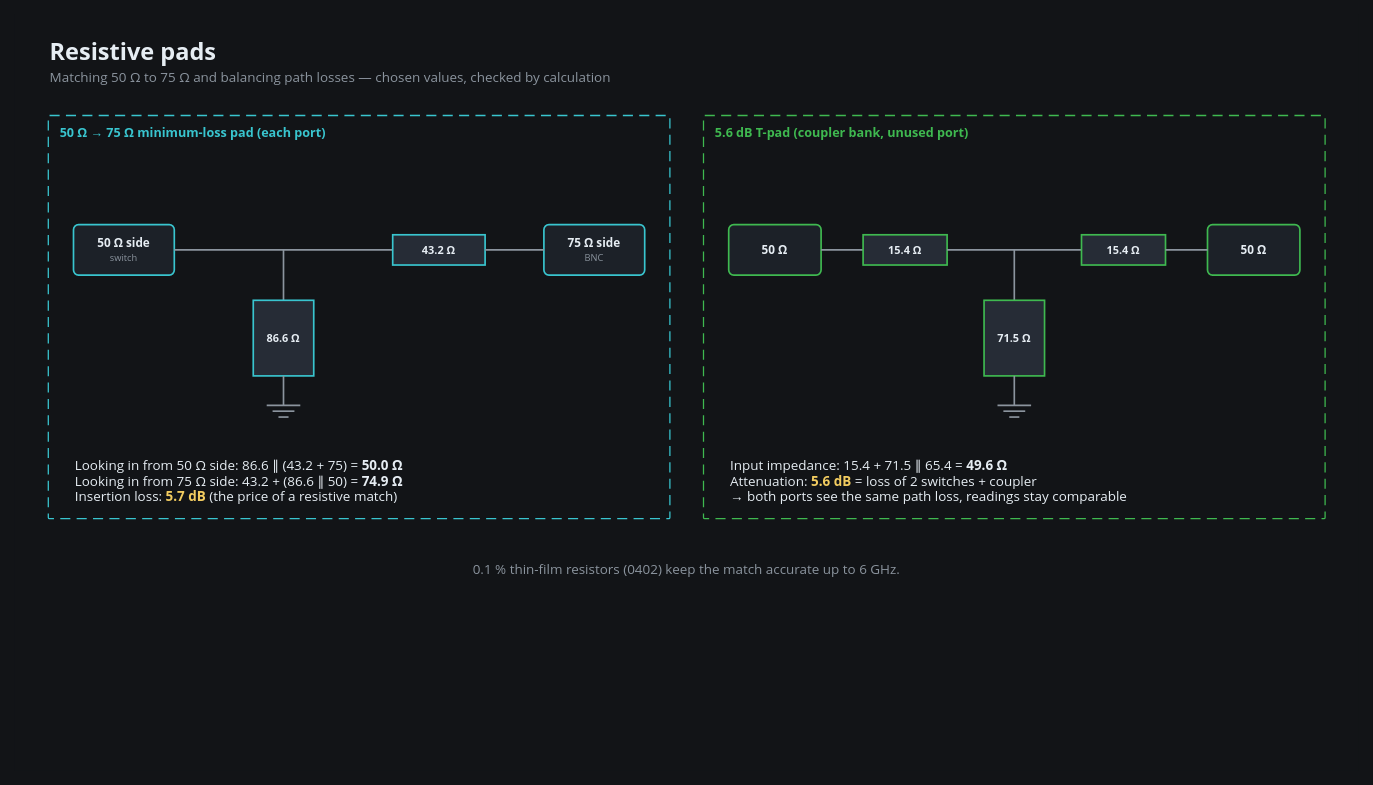
ml3rc/SNA keeps this draw.io diagram as Software/docs/presentation/diagrams/hw-07-pads.drawio. Above is the earlier version. Source tidied: cells renumbered, new cells numbered last; positions are measured from the earlier drawing's top-left corner, leaving out a move shared by most shapes. Both pictures are drawn from the tidied source at 84%, with x=0, y=0 at pixel (14, 14).
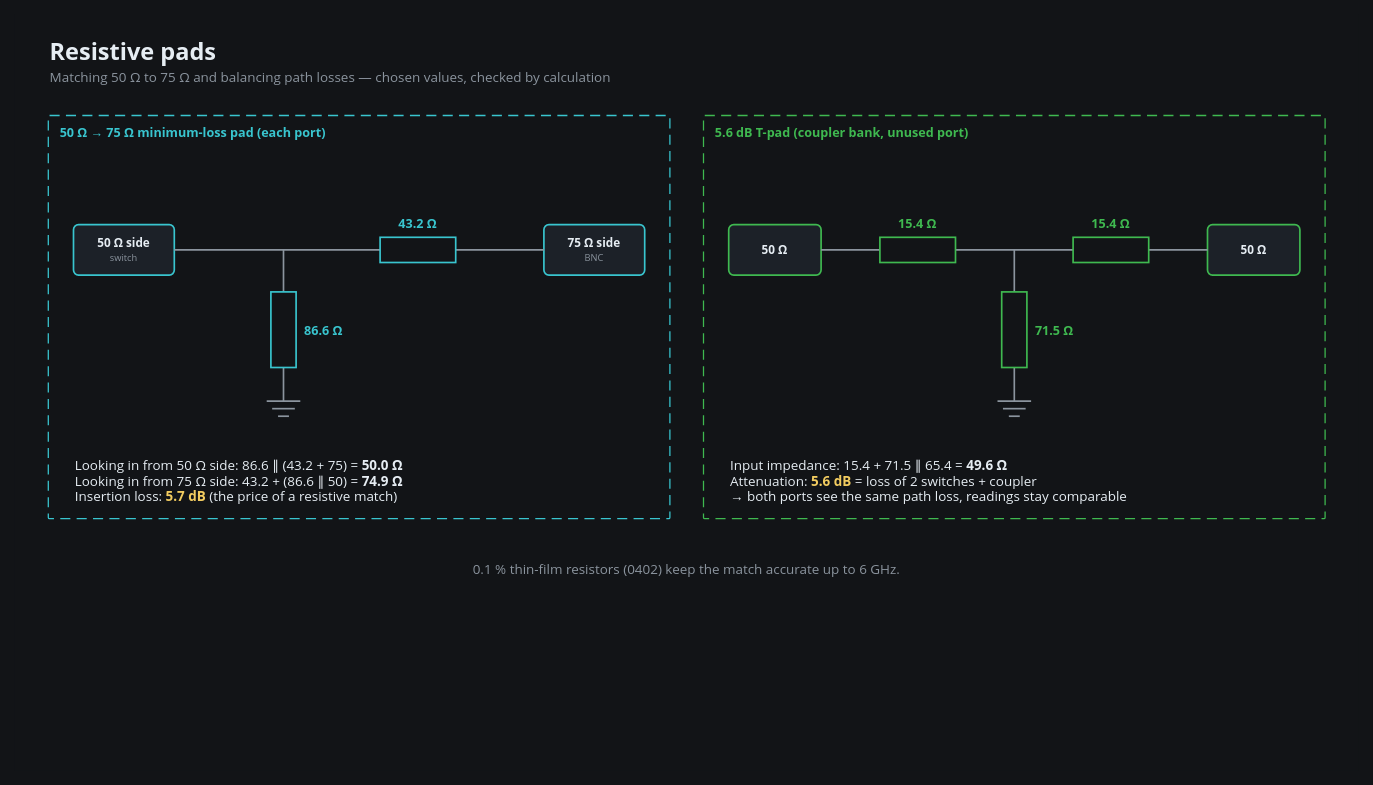
The same page after the edit.

Diff of the diagram source:
```diff
@@
     <mxCell id="9" style="edgeStyle=none;rounded=1;html=1;strokeColor=#8B949E;strokeWidth=2;endArrow=none;endFill=1;startArrow=none;startFill=1;endSize=7;startSize=7;fontColor=#8B949E;fontFamily=Segoe UI;fontSize=12;fontStyle=1;labelBackgroundColor=#121417;" parent="1" edge="1">
       <mxGeometry relative="1" as="geometry">
         <mxPoint x="190" y="280" as="sourcePoint" />
-        <mxPoint x="450" y="280" as="targetPoint" />
+        <mxPoint x="630" y="280" as="targetPoint" />
       </mxGeometry>
     </mxCell>
+    <mxCell id="34" style="edgeStyle=none;rounded=1;html=1;strokeColor=#8B949E;strokeWidth=2;endArrow=none;endFill=1;startArrow=none;startFill=1;endSize=7;startSize=7;fontColor=#8B949E;fontFamily=Segoe UI;fontSize=12;fontStyle=1;labelBackgroundColor=#121417;" parent="1" edge="1">
+      <mxGeometry relative="1" as="geometry">
+        <mxPoint x="320" y="280" as="sourcePoint" />
+        <mxPoint x="320" y="460" as="targetPoint" />
+      </mxGeometry>
+    </mxCell>
+    <mxCell id="35" style="rounded=0;html=1;fillColor=#121417;strokeColor=#39C5CF;strokeWidth=2;" parent="1" vertex="1">
+      <mxGeometry x="435" y="265" width="90" height="30" as="geometry" />
+    </mxCell>
-    <mxCell id="10" value="&lt;b&gt;43.2 Ω&lt;/b&gt;" style="rounded=0;arcSize=10;whiteSpace=wrap;html=1;fillColor=#262C36;strokeColor=#39C5CF;strokeWidth=2;fontColor=#E6EDF3;fontFamily=Segoe UI;fontSize=13;align=center;verticalAlign=middle;spacing=6;" parent="1" vertex="1">
-      <mxGeometry x="450" y="262" width="110" height="36" as="geometry" />
+    <mxCell id="10" value="43.2 Ω" style="text;html=1;whiteSpace=wrap;strokeColor=none;fillColor=none;fontColor=#39C5CF;fontFamily=Segoe UI;fontSize=15;fontStyle=1;align=center;verticalAlign=middle;" parent="1" vertex="1">
+      <mxGeometry x="420" y="233" width="120" height="28" as="geometry" />
     </mxCell>
-    <mxCell id="11" style="edgeStyle=none;rounded=1;html=1;strokeColor=#8B949E;strokeWidth=2;endArrow=none;endFill=1;startArrow=none;startFill=1;endSize=7;startSize=7;fontColor=#8B949E;fontFamily=Segoe UI;fontSize=12;fontStyle=1;labelBackgroundColor=#121417;" parent="1" edge="1">
-      <mxGeometry relative="1" as="geometry">
-        <mxPoint x="560" y="280" as="sourcePoint" />
-        <mxPoint x="630" y="280" as="targetPoint" />
-      </mxGeometry>
-    </mxCell>
-    <mxCell id="12" style="edgeStyle=none;rounded=1;html=1;strokeColor=#8B949E;strokeWidth=2;endArrow=none;endFill=1;startArrow=none;startFill=1;endSize=7;startSize=7;fontColor=#8B949E;fontFamily=Segoe UI;fontSize=12;fontStyle=1;labelBackgroundColor=#121417;" parent="1" edge="1">
-      <mxGeometry relative="1" as="geometry">
-        <mxPoint x="320" y="280" as="sourcePoint" />
-        <mxPoint x="320" y="340" as="targetPoint" />
-      </mxGeometry>
-    </mxCell>
+    <mxCell id="36" style="rounded=0;html=1;fillColor=#121417;strokeColor=#39C5CF;strokeWidth=2;" parent="1" vertex="1">
+      <mxGeometry x="305" y="330" width="30" height="90" as="geometry" />
+    </mxCell>
-    <mxCell id="13" value="&lt;b&gt;86.6 Ω&lt;/b&gt;" style="rounded=0;arcSize=10;whiteSpace=wrap;html=1;fillColor=#262C36;strokeColor=#39C5CF;strokeWidth=2;fontColor=#E6EDF3;fontFamily=Segoe UI;fontSize=13;align=center;verticalAlign=middle;spacing=6;" parent="1" vertex="1">
-      <mxGeometry x="284" y="340" width="72" height="90" as="geometry" />
+    <mxCell id="13" value="86.6 Ω" style="text;html=1;whiteSpace=wrap;strokeColor=none;fillColor=none;fontColor=#39C5CF;fontFamily=Segoe UI;fontSize=15;fontStyle=1;align=left;verticalAlign=middle;" parent="1" vertex="1">
+      <mxGeometry x="343" y="361" width="90" height="28" as="geometry" />
     </mxCell>
-    <mxCell id="14" style="edgeStyle=none;rounded=1;html=1;strokeColor=#8B949E;strokeWidth=2;endArrow=none;endFill=1;startArrow=none;startFill=1;endSize=7;startSize=7;fontColor=#8B949E;fontFamily=Segoe UI;fontSize=12;fontStyle=1;labelBackgroundColor=#121417;" parent="1" edge="1">
-      <mxGeometry relative="1" as="geometry">
-        <mxPoint x="320" y="430" as="sourcePoint" />
-        <mxPoint x="320" y="465" as="targetPoint" />
-      </mxGeometry>
-    </mxCell>
     <mxCell id="15" style="edgeStyle=none;rounded=1;html=1;strokeColor=#8B949E;strokeWidth=2;endArrow=none;endFill=1;startArrow=none;startFill=1;endSize=7;startSize=7;fontColor=#8B949E;fontFamily=Segoe UI;fontSize=12;fontStyle=1;labelBackgroundColor=#121417;" parent="1" edge="1">
       <mxGeometry relative="1" as="geometry">
-        <mxPoint x="300" y="465" as="sourcePoint" />
-        <mxPoint x="340" y="465" as="targetPoint" />
+        <mxPoint x="300" y="460" as="sourcePoint" />
+        <mxPoint x="340" y="460" as="targetPoint" />
       </mxGeometry>
     </mxCell>
     <mxCell id="16" style="edgeStyle=none;rounded=1;html=1;strokeColor=#8B949E;strokeWidth=2;endArrow=none;endFill=1;startArrow=none;startFill=1;endSize=7;startSize=7;fontColor=#8B949E;fontFamily=Segoe UI;fontSize=12;fontStyle=1;labelBackgroundColor=#121417;" parent="1" edge="1">
       <mxGeometry relative="1" as="geometry">
-        <mxPoint x="307" y="472" as="sourcePoint" />
-        <mxPoint x="333" y="472" as="targetPoint" />
+        <mxPoint x="306.5" y="469" as="sourcePoint" />
+        <mxPoint x="333.5" y="469" as="targetPoint" />
       </mxGeometry>
     </mxCell>
     <mxCell id="17" style="edgeStyle=none;rounded=1;html=1;strokeColor=#8B949E;strokeWidth=2;endArrow=none;endFill=1;startArrow=none;startFill=1;endSize=7;startSize=7;fontColor=#8B949E;fontFamily=Segoe UI;fontSize=12;fontStyle=1;labelBackgroundColor=#121417;" parent="1" edge="1">
       <mxGeometry relative="1" as="geometry">
-        <mxPoint x="314" y="479" as="sourcePoint" />
-        <mxPoint x="326" y="479" as="targetPoint" />
+        <mxPoint x="313.5" y="478" as="sourcePoint" />
+        <mxPoint x="326.5" y="478" as="targetPoint" />
       </mxGeometry>
     </mxCell>
@@
     <mxCell id="21" style="edgeStyle=none;rounded=1;html=1;strokeColor=#8B949E;strokeWidth=2;endArrow=none;endFill=1;startArrow=none;startFill=1;endSize=7;startSize=7;fontColor=#8B949E;fontFamily=Segoe UI;fontSize=12;fontStyle=1;labelBackgroundColor=#121417;" parent="1" edge="1">
       <mxGeometry relative="1" as="geometry">
         <mxPoint x="960" y="280" as="sourcePoint" />
-        <mxPoint x="1010" y="280" as="targetPoint" />
+        <mxPoint x="1420" y="280" as="targetPoint" />
       </mxGeometry>
     </mxCell>
-    <mxCell id="22" value="&lt;b&gt;15.4 Ω&lt;/b&gt;" style="rounded=0;arcSize=10;whiteSpace=wrap;html=1;fillColor=#262C36;strokeColor=#3FB950;strokeWidth=2;fontColor=#E6EDF3;fontFamily=Segoe UI;fontSize=13;align=center;verticalAlign=middle;spacing=6;" parent="1" vertex="1">
-      <mxGeometry x="1010" y="262" width="100" height="36" as="geometry" />
-    </mxCell>
-    <mxCell id="23" style="edgeStyle=none;rounded=1;html=1;strokeColor=#8B949E;strokeWidth=2;endArrow=none;endFill=1;startArrow=none;startFill=1;endSize=7;startSize=7;fontColor=#8B949E;fontFamily=Segoe UI;fontSize=12;fontStyle=1;labelBackgroundColor=#121417;" parent="1" edge="1">
-      <mxGeometry relative="1" as="geometry">
-        <mxPoint x="1110" y="280" as="sourcePoint" />
-        <mxPoint x="1270" y="280" as="targetPoint" />
-      </mxGeometry>
-    </mxCell>
-    <mxCell id="24" value="&lt;b&gt;15.4 Ω&lt;/b&gt;" style="rounded=0;arcSize=10;whiteSpace=wrap;html=1;fillColor=#262C36;strokeColor=#3FB950;strokeWidth=2;fontColor=#E6EDF3;fontFamily=Segoe UI;fontSize=13;align=center;verticalAlign=middle;spacing=6;" parent="1" vertex="1">
-      <mxGeometry x="1270" y="262" width="100" height="36" as="geometry" />
-    </mxCell>
-    <mxCell id="25" style="edgeStyle=none;rounded=1;html=1;strokeColor=#8B949E;strokeWidth=2;endArrow=none;endFill=1;startArrow=none;startFill=1;endSize=7;startSize=7;fontColor=#8B949E;fontFamily=Segoe UI;fontSize=12;fontStyle=1;labelBackgroundColor=#121417;" parent="1" edge="1">
-      <mxGeometry relative="1" as="geometry">
-        <mxPoint x="1370" y="280" as="sourcePoint" />
-        <mxPoint x="1420" y="280" as="targetPoint" />
-      </mxGeometry>
-    </mxCell>
-    <mxCell id="26" style="edgeStyle=none;rounded=1;html=1;strokeColor=#8B949E;strokeWidth=2;endArrow=none;endFill=1;startArrow=none;startFill=1;endSize=7;startSize=7;fontColor=#8B949E;fontFamily=Segoe UI;fontSize=12;fontStyle=1;labelBackgroundColor=#121417;" parent="1" edge="1">
-      <mxGeometry relative="1" as="geometry">
-        <mxPoint x="1190" y="280" as="sourcePoint" />
-        <mxPoint x="1190" y="340" as="targetPoint" />
-      </mxGeometry>
-    </mxCell>
+    <mxCell id="37" style="edgeStyle=none;rounded=1;html=1;strokeColor=#8B949E;strokeWidth=2;endArrow=none;endFill=1;startArrow=none;startFill=1;endSize=7;startSize=7;fontColor=#8B949E;fontFamily=Segoe UI;fontSize=12;fontStyle=1;labelBackgroundColor=#121417;" parent="1" edge="1">
+      <mxGeometry relative="1" as="geometry">
+        <mxPoint x="1190" y="280" as="sourcePoint" />
+        <mxPoint x="1190" y="460" as="targetPoint" />
+      </mxGeometry>
+    </mxCell>
+    <mxCell id="38" style="rounded=0;html=1;fillColor=#121417;strokeColor=#3FB950;strokeWidth=2;" parent="1" vertex="1">
+      <mxGeometry x="1030" y="265" width="90" height="30" as="geometry" />
+    </mxCell>
+    <mxCell id="39" value="15.4 Ω" style="text;html=1;whiteSpace=wrap;strokeColor=none;fillColor=none;fontColor=#3FB950;fontFamily=Segoe UI;fontSize=15;fontStyle=1;align=center;verticalAlign=middle;" parent="1" vertex="1">
+      <mxGeometry x="1015" y="233" width="120" height="28" as="geometry" />
+    </mxCell>
+    <mxCell id="40" style="rounded=0;html=1;fillColor=#121417;strokeColor=#3FB950;strokeWidth=2;" parent="1" vertex="1">
+      <mxGeometry x="1260" y="265" width="90" height="30" as="geometry" />
+    </mxCell>
+    <mxCell id="41" value="15.4 Ω" style="text;html=1;whiteSpace=wrap;strokeColor=none;fillColor=none;fontColor=#3FB950;fontFamily=Segoe UI;fontSize=15;fontStyle=1;align=center;verticalAlign=middle;" parent="1" vertex="1">
+      <mxGeometry x="1245" y="233" width="120" height="28" as="geometry" />
+    </mxCell>
+    <mxCell id="42" style="rounded=0;html=1;fillColor=#121417;strokeColor=#3FB950;strokeWidth=2;" parent="1" vertex="1">
+      <mxGeometry x="1175" y="330" width="30" height="90" as="geometry" />
+    </mxCell>
-    <mxCell id="27" value="&lt;b&gt;71.5 Ω&lt;/b&gt;" style="rounded=0;arcSize=10;whiteSpace=wrap;html=1;fillColor=#262C36;strokeColor=#3FB950;strokeWidth=2;fontColor=#E6EDF3;fontFamily=Segoe UI;fontSize=13;align=center;verticalAlign=middle;spacing=6;" parent="1" vertex="1">
-      <mxGeometry x="1154" y="340" width="72" height="90" as="geometry" />
+    <mxCell id="27" value="71.5 Ω" style="text;html=1;whiteSpace=wrap;strokeColor=none;fillColor=none;fontColor=#3FB950;fontFamily=Segoe UI;fontSize=15;fontStyle=1;align=left;verticalAlign=middle;" parent="1" vertex="1">
+      <mxGeometry x="1213" y="361" width="90" height="28" as="geometry" />
     </mxCell>
-    <mxCell id="28" style="edgeStyle=none;rounded=1;html=1;strokeColor=#8B949E;strokeWidth=2;endArrow=none;endFill=1;startArrow=none;startFill=1;endSize=7;startSize=7;fontColor=#8B949E;fontFamily=Segoe UI;fontSize=12;fontStyle=1;labelBackgroundColor=#121417;" parent="1" edge="1">
-      <mxGeometry relative="1" as="geometry">
-        <mxPoint x="1190" y="430" as="sourcePoint" />
-        <mxPoint x="1190" y="465" as="targetPoint" />
-      </mxGeometry>
-    </mxCell>
     <mxCell id="29" style="edgeStyle=none;rounded=1;html=1;strokeColor=#8B949E;strokeWidth=2;endArrow=none;endFill=1;startArrow=none;startFill=1;endSize=7;startSize=7;fontColor=#8B949E;fontFamily=Segoe UI;fontSize=12;fontStyle=1;labelBackgroundColor=#121417;" parent="1" edge="1">
       <mxGeometry relative="1" as="geometry">
-        <mxPoint x="1170" y="465" as="sourcePoint" />
-        <mxPoint x="1210" y="465" as="targetPoint" />
+        <mxPoint x="1170" y="460" as="sourcePoint" />
+        <mxPoint x="1210" y="460" as="targetPoint" />
       </mxGeometry>
     </mxCell>
     <mxCell id="30" style="edgeStyle=none;rounded=1;html=1;strokeColor=#8B949E;strokeWidth=2;endArrow=none;endFill=1;startArrow=none;startFill=1;endSize=7;startSize=7;fontColor=#8B949E;fontFamily=Segoe UI;fontSize=12;fontStyle=1;labelBackgroundColor=#121417;" parent="1" edge="1">
       <mxGeometry relative="1" as="geometry">
-        <mxPoint x="1177" y="472" as="sourcePoint" />
-        <mxPoint x="1203" y="472" as="targetPoint" />
+        <mxPoint x="1176.5" y="469" as="sourcePoint" />
+        <mxPoint x="1203.5" y="469" as="targetPoint" />
       </mxGeometry>
     </mxCell>
     <mxCell id="31" style="edgeStyle=none;rounded=1;html=1;strokeColor=#8B949E;strokeWidth=2;endArrow=none;endFill=1;startArrow=none;startFill=1;endSize=7;startSize=7;fontColor=#8B949E;fontFamily=Segoe UI;fontSize=12;fontStyle=1;labelBackgroundColor=#121417;" parent="1" edge="1">
       <mxGeometry relative="1" as="geometry">
-        <mxPoint x="1184" y="479" as="sourcePoint" />
-        <mxPoint x="1196" y="479" as="targetPoint" />
+        <mxPoint x="1183.5" y="478" as="sourcePoint" />
+        <mxPoint x="1196.5" y="478" as="targetPoint" />
       </mxGeometry>
     </mxCell>
```
